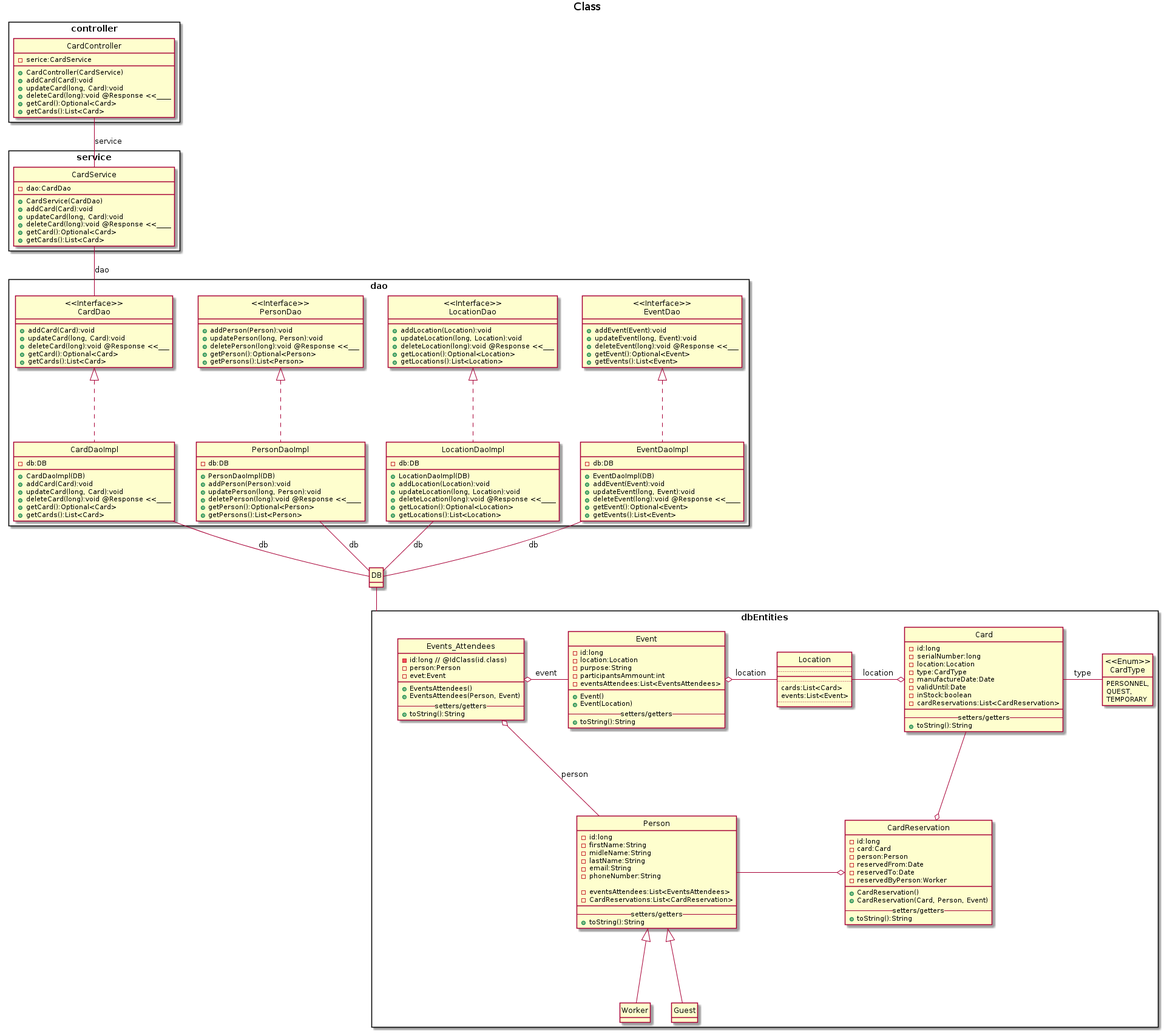
Earlier version of the PlantUML export Class_Card.png (oakishGrove/dia).
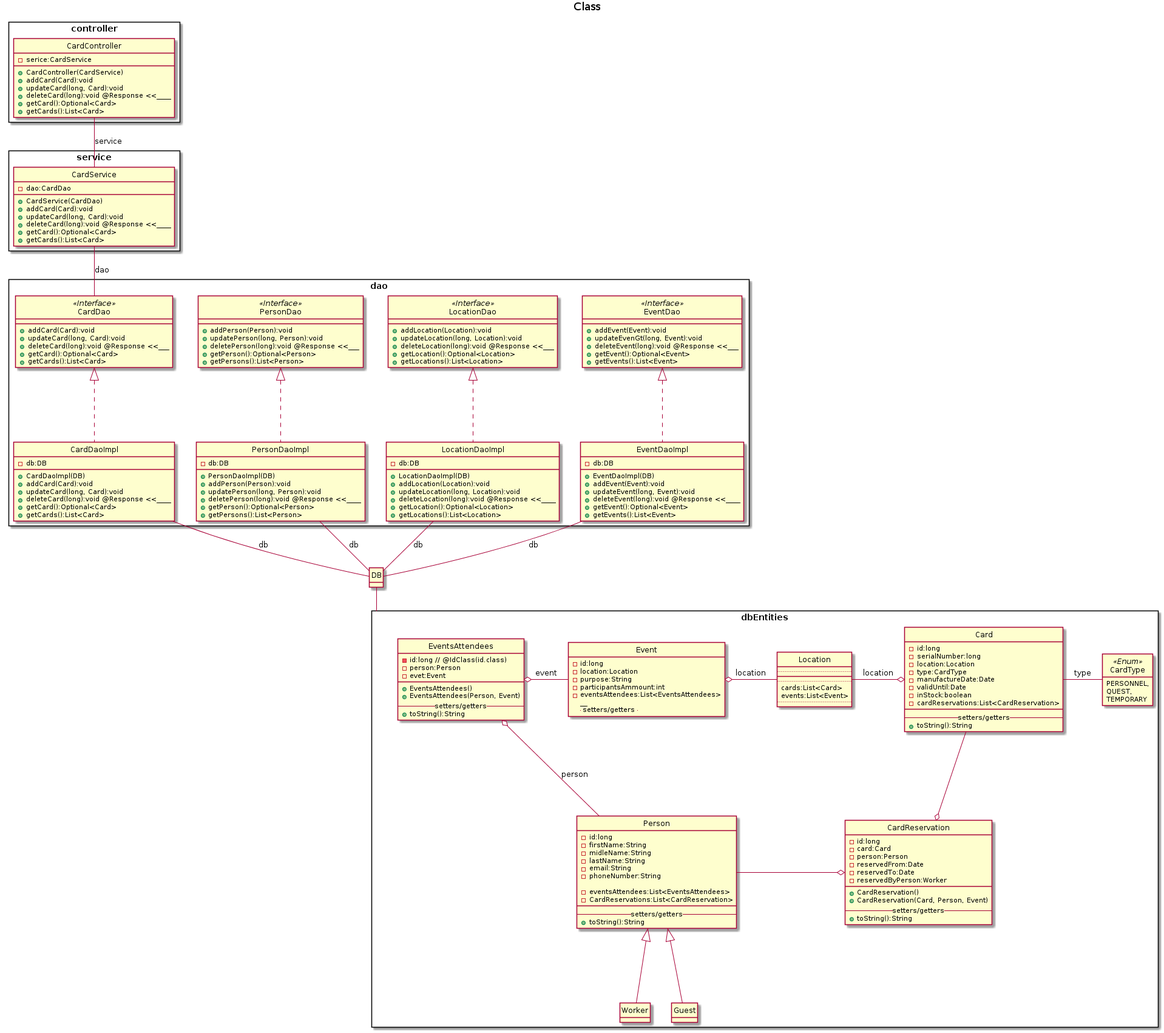
The same diagram one commit later.

Change to the diagram source:
```diff
@@ -2,12 +2,10 @@
 skinparam packageStyle rectangle
 
 hide circle
-hide stereotypes
 hide methods
 title Class
 
 namespace dbEntities {
-
 
     class Worker {
     }
@@ -15,20 +13,20 @@
     class Guest {
     }
 
-	  class Location {
+    class Location {
         ..
         __
         ..
         cards:List<Card>
         events:List<Event>
         ..
-	  }
+    }
 
-    Enum "<<Enum>>\nCardType" as CardType {
-	      PERSONNEL,
-		  QUEST,
-		  TEMPORARY
-	  }
+    Enum "CardType" as CardType << Enum >> {
+        PERSONNEL,
+        QUEST,
+        TEMPORARY
+    }
 
     class Event {
         -id:long
@@ -36,22 +34,22 @@
         -purpose:String
         -participantsAmmount:int
         -eventsAttendees:List<EventsAttendees>
-		  __
+          __
         +Event()
         +Event(Location)
-	      -- setters/getters --
-		  +toString():String
+          -- setters/getters --
+          +toString():String
     }
 
-    class "Events_Attendees" as EventsAttendees {
+    class EventsAttendees {
         -id:long // @IdClass(id.class)
         -person:Person
         -evet:Event
-		  __
+        __
         +EventsAttendees()
         +EventsAttendees(Person, Event)
-	      -- setters/getters --
-		  +toString():String
+        -- setters/getters --
+        +toString():String
     }
 
 
@@ -65,9 +63,9 @@
 
         -eventsAttendees:List<EventsAttendees>
         -CardReservations:List<CardReservation>
-		  __
-		  -- setters/getters --
-		  +toString():String
+        __
+        -- setters/getters --
+        +toString():String
     }
 
 
@@ -81,138 +79,137 @@
         __
         +CardReservation()
         +CardReservation(Card, Person, Event)
-	      -- setters/getters --
-		  +toString():String
+        -- setters/getters --
+        +toString():String
     }
 
-	  class Card {
-	      -id:long
-	      -serialNumber:long
-	      -location:Location
-	      -type:CardType
-	      -manufactureDate:Date
-	      -validUntil:Date
-	      -inStock:boolean
+    class Card {
+        -id:long
+        -serialNumber:long
+        -location:Location
+        -type:CardType
+        -manufactureDate:Date
+        -validUntil:Date
+        -inStock:boolean
         -cardReservations:List<CardReservation>
-	      __
-	      -- setters/getters --
-	      +toString():String
+        __
+        -- setters/getters --
+        +toString():String
     }
 }
 
 
 namespace controller {
-	class CardController {
-		-serice:CardService
-		__
-		+CardController(CardService)
-		+addCard(Card):void
-		+updateCard(long, Card):void
-		+deleteCard(long):void @Response <<____
-		+getCard():Optional<Card>
-		+getCards():List<Card>
-	}
+    class CardController {
+        -serice:CardService
+        __
+        +CardController(CardService)
+        +addCard(Card):void
+        +updateCard(long, Card):void
+        +deleteCard(long):void @Response <<____
+        +getCard():Optional<Card>
+        +getCards():List<Card>
+    }
 }
 
 
 namespace dao {
-	class "<<Interface>>\nCardDao" as CardDao {
-		__
-		+addCard(Card):void
-		+updateCard(long, Card):void
-		+deleteCard(long):void @Response <<___
-		+getCard():Optional<Card>
-		+getCards():List<Card>
-	}
+    class "CardDao" as CardDao  << Interface >> {
+        __
+        +addCard(Card):void
+        +updateCard(long, Card):void
+        +deleteCard(long):void @Response <<___
+        +getCard():Optional<Card>
+        +getCards():List<Card>
+    }
 
-	class CardDaoImpl {
-		-db:DB
-		__
-		+CardDaoImpl(DB)
-		+addCard(Card):void
-		+updateCard(long, Card):void
-		+deleteCard(long):void @Response <<____
-		+getCard():Optional<Card>
-		+getCards():List<Card>
-	}
+    class CardDaoImpl {
+        -db:DB
+        __
+        +CardDaoImpl(DB)
+        +addCard(Card):void
+        +updateCard(long, Card):void
+        +deleteCard(long):void @Response <<____
+        +getCard():Optional<Card>
+        +getCards():List<Card>
+    }
 
 
-	class "<<Interface>>\nPersonDao" as PersonDao {
-		__
-		+addPerson(Person):void
-		+updatePerson(long, Person):void
-		+deletePerson(long):void @Response <<___
-		+getPerson():Optional<Person>
-		+getPersons():List<Person>
-	}
+    class "PersonDao" as PersonDao << Interface >> {
+        __
+        +addPerson(Person):void
+        +updatePerson(long, Person):void
+        +deletePerson(long):void @Response <<___
+        +getPerson():Optional<Person>
+        +getPersons():List<Person>
+    }
 
-	class PersonDaoImpl {
-		-db:DB
-		__
-		+PersonDaoImpl(DB)
-		+addPerson(Person):void
-		+updatePerson(long, Person):void
-		+deletePerson(long):void @Response <<____
-		+getPerson():Optional<Person>
-		+getPersons():List<Person>
-	}
+    class PersonDaoImpl {
+        -db:DB
+        __
+        +PersonDaoImpl(DB)
+        +addPerson(Person):void
+        +updatePerson(long, Person):void
+        +deletePerson(long):void @Response <<____
+        +getPerson():Optional<Person>
+        +getPersons():List<Person>
+    }
 
 
-	class "<<Interface>>\nLocationDao" as LocationDao {
-		__
-		+addLocation(Location):void
-		+updateLocation(long, Location):void
-		+deleteLocation(long):void @Response <<___
-		+getLocation():Optional<Location>
-		+getLocations():List<Location>
-	}
+    class "LocationDao" as LocationDao << Interface >> {
+        __
+        +addLocation(Location):void
+        +updateLocation(long, Location):void
+        +deleteLocation(long):void @Response <<___
+        +getLocation():Optional<Location>
+        +getLocations():List<Location>
+    }
 
-	class LocationDaoImpl {
-		-db:DB
-		__
-		+LocationDaoImpl(DB)
-		+addLocation(Location):void
-		+updateLocation(long, Location):void
-		+deleteLocation(long):void @Response <<____
-		+getLocation():Optional<Location>
-		+getLocations():List<Location>
-	}
+    class LocationDaoImpl {
+        -db:DB
+        __
+        +LocationDaoImpl(DB)
+        +addLocation(Location):void
+        +updateLocation(long, Location):void
+        +deleteLocation(long):void @Response <<____
+        +getLocation():Optional<Location>
+        +getLocations():List<Location>
+    }
 
 
+    class EventDao << Interface >> {
+        __
+        +addEvent(Event):void
+        +updateEvenGt(long, Event):void
+        +deleteEvent(long):void @Response <<___
+        +getEvent():Optional<Event>
+        +getEvents():List<Event>
+    }
 
-	class "<<Interface>>\nEventDao" as EventDao {
-		__
-		+addEvent(Event):void
-		+updateEvent(long, Event):void
-		+deleteEvent(long):void @Response <<___
-		+getEvent():Optional<Event>
-		+getEvents():List<Event>
-	}
-
-	class EventDaoImpl {
-		-db:DB
-		__
-		+EventDaoImpl(DB)
-		+addEvent(Event):void
-		+updateEvent(long, Event):void
-		+deleteEvent(long):void @Response <<____
-		+getEvent():Optional<Event>
-		+getEvents():List<Event>
-	}
+    class EventDaoImpl {
+        -db:DB
+        __
+        +EventDaoImpl(DB)
+        +addEvent(Event):void
+        +updateEvent(long, Event):void
+        +deleteEvent(long):void @Response <<____
+        +getEvent():Optional<Event>
+        +getEvents():List<Event>
+    }
 }
 
 
 namespace service {
-	class CardService {
-		-dao:CardDao
-		__
-		+CardService(CardDao)
-		+addCard(Card):void
-		+updateCard(long, Card):void
-		+deleteCard(long):void @Response <<____
-		+getCard():Optional<Card>
-		+getCards():List<Card>
-	}
+    class CardService {
+        -dao:CardDao
+        __
+        +CardService(CardDao)
+        +addCard(Card):void
+        +updateCard(long, Card):void
+        +deleteCard(long):void @Response <<____
+        +getCard():Optional<Card>
+        +getCards():List<Card>
+    }
 }
 
 
```
